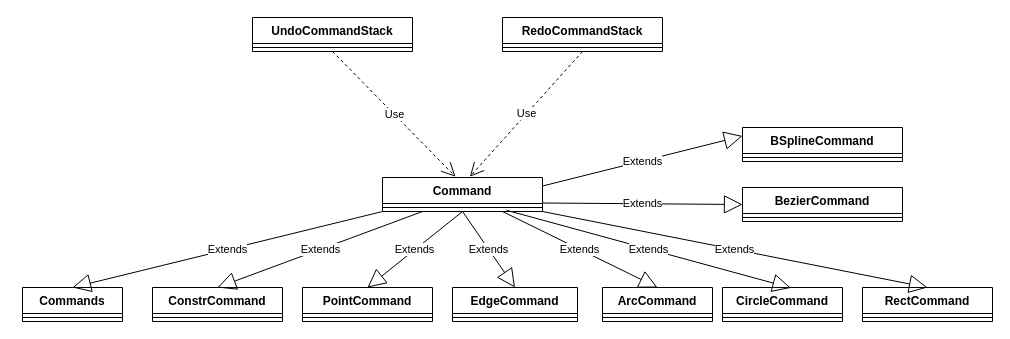
Earlier version of the draw.io diagram 草图Undo/Redo命令继承类.drawio (liuhuliuhu123/First-test). Source tidied: cells renumbered, new cells numbered last; positions are measured from the earlier drawing's top-left corner, leaving out a move shared by most shapes. Both pictures are drawn from the tidied source at 100%, with x=0, y=0 at pixel (22, 17).
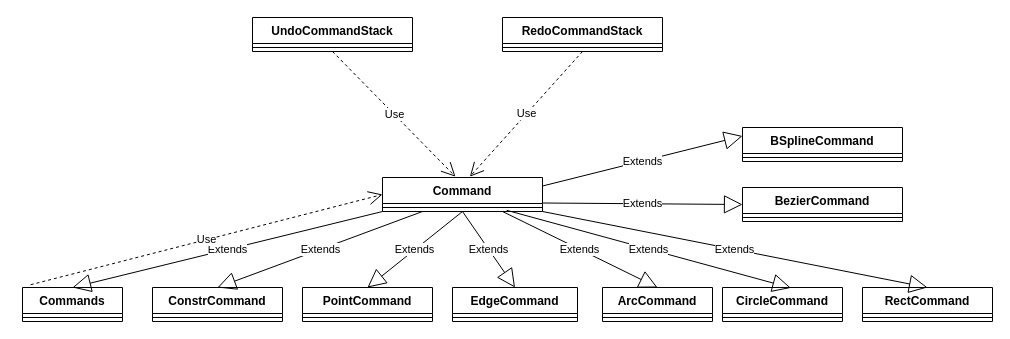
The same page after the edit.

Commit message (it also covers changes not shown here):
更新草图Undo/Redo命令继承类.drawio

Unchanged cells that the change refers to:
```xml
<mxCell id="6" value="Command" style="swimlane;fontStyle=1;align=center;verticalAlign=top;horizontal=1;startSize=26;" parent="1" vertex="1">
  <mxGeometry x="360" y="160" width="160" height="34" as="geometry" />
</mxCell>
<mxCell id="8" value="Commands" style="swimlane;fontStyle=1;align=center;verticalAlign=top;horizontal=1;startSize=26;" parent="1" vertex="1">
  <mxGeometry y="270" width="100" height="34" as="geometry" />
</mxCell>
```

What changed in the source:
```diff
@@
+    <mxCell id="37" value="Use" style="endArrow=open;endSize=12;dashed=1;html=1;rounded=0;exitX=0.082;exitY=-0.082;exitDx=0;exitDy=0;exitPerimeter=0;entryX=0;entryY=0.5;entryDx=0;entryDy=0;" parent="1" edge="1" source="8" target="6">
+      <mxGeometry relative="1" as="geometry" />
+    </mxCell>
```
